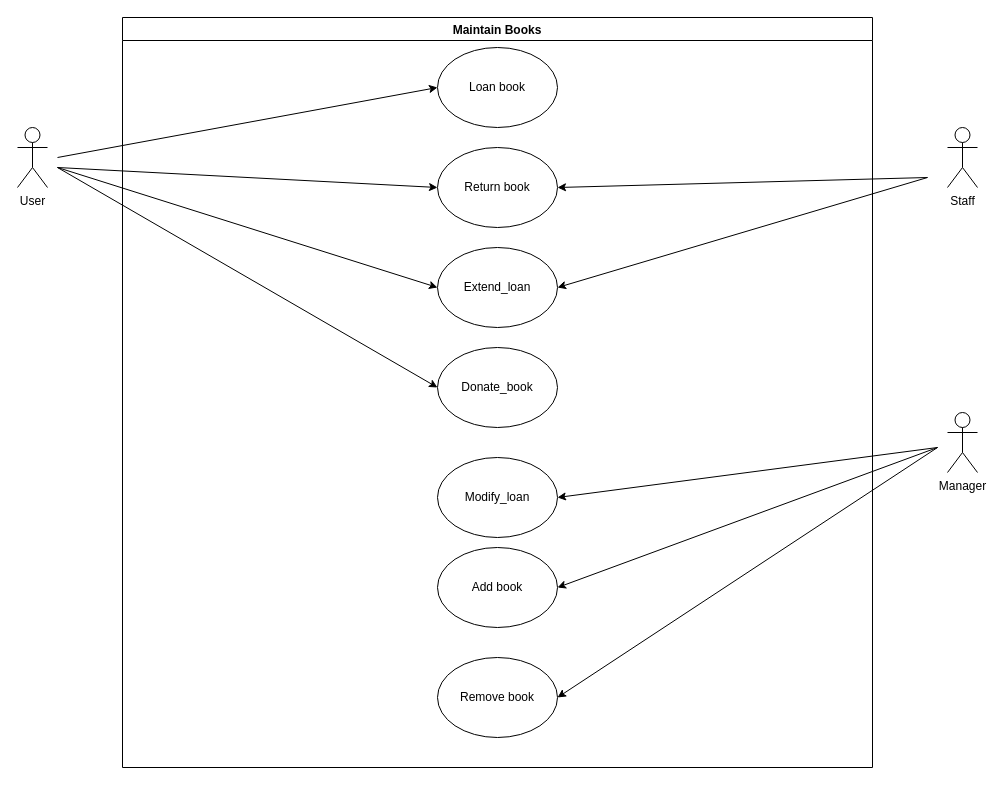
Earlier version of the draw.io diagram Maintain Books.drawio (OEvans994/OERepo). Source tidied: cells renumbered, new cells numbered last; positions are measured from the earlier drawing's top-left corner, leaving out a move shared by most shapes. Both pictures are drawn from the tidied source at 100%, with x=0, y=0 at pixel (17, 17).
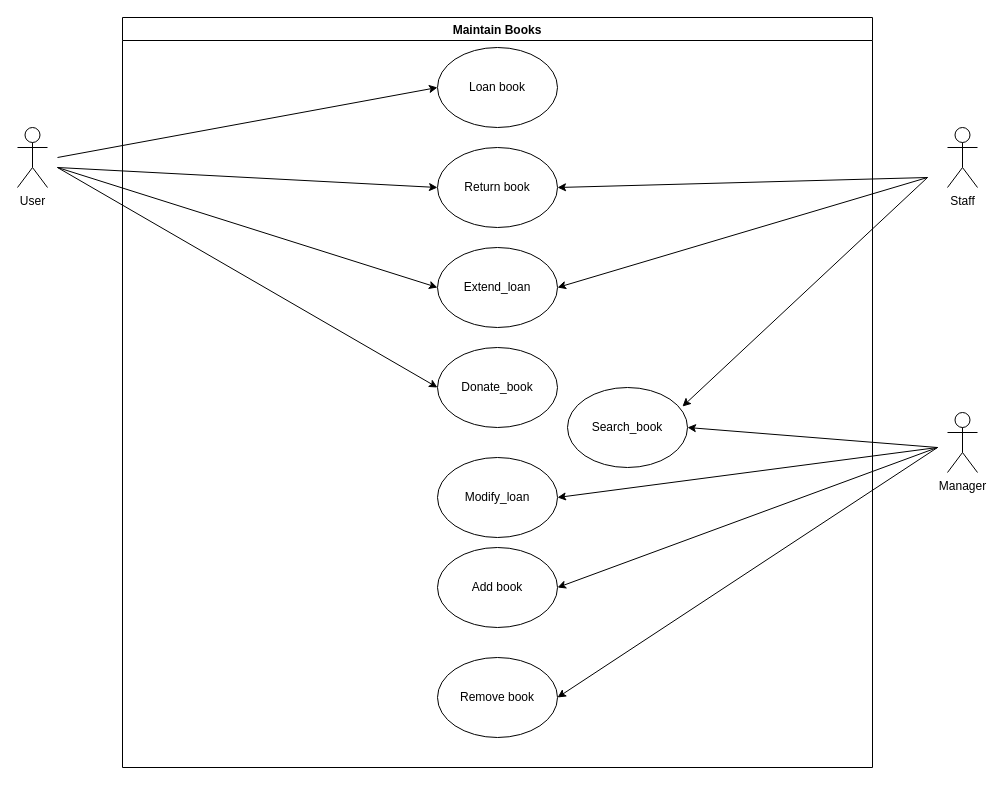
The same page after the edit.

The change refers to these unchanged cells:
```xml
<mxCell id="2" value="Maintain Books" style="swimlane;" parent="1" vertex="1">
  <mxGeometry x="105" width="750" height="750" as="geometry" />
</mxCell>
```

The edit, as a diff of the source:
```diff
@@
+    <mxCell id="22" value="Search_book" style="ellipse;whiteSpace=wrap;html=1;" parent="2" vertex="1">
+      <mxGeometry x="445" y="370" width="120" height="80" as="geometry" />
+    </mxCell>
@@
+    <mxCell id="23" style="endArrow=classic;html=1;rounded=0;entryX=1;entryY=0.5;entryDx=0;entryDy=0;" parent="1" edge="1" target="22">
+      <mxGeometry relative="1" as="geometry">
+        <mxPoint x="920" y="430" as="sourcePoint" />
+      </mxGeometry>
+    </mxCell>
+    <mxCell id="24" style="endArrow=classic;html=1;rounded=0;entryX=0.958;entryY=0.238;entryDx=0;entryDy=0;entryPerimeter=0;" parent="1" edge="1" target="22">
+      <mxGeometry relative="1" as="geometry">
+        <mxPoint x="910" y="160" as="sourcePoint" />
+      </mxGeometry>
+    </mxCell>
```
